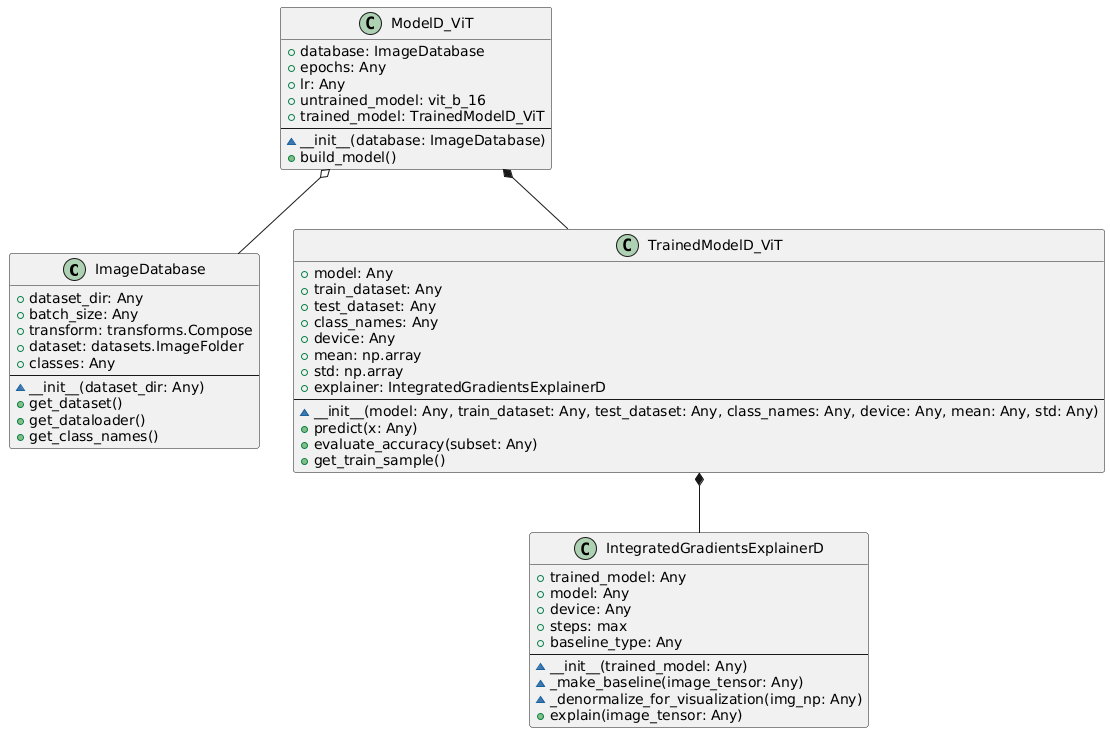
Before: Other examples/Vit + IG/image_ig_UMLOOModeler_diagram.png, a diagram exported from PlantUML (miklotovx/UMLOOModeler).
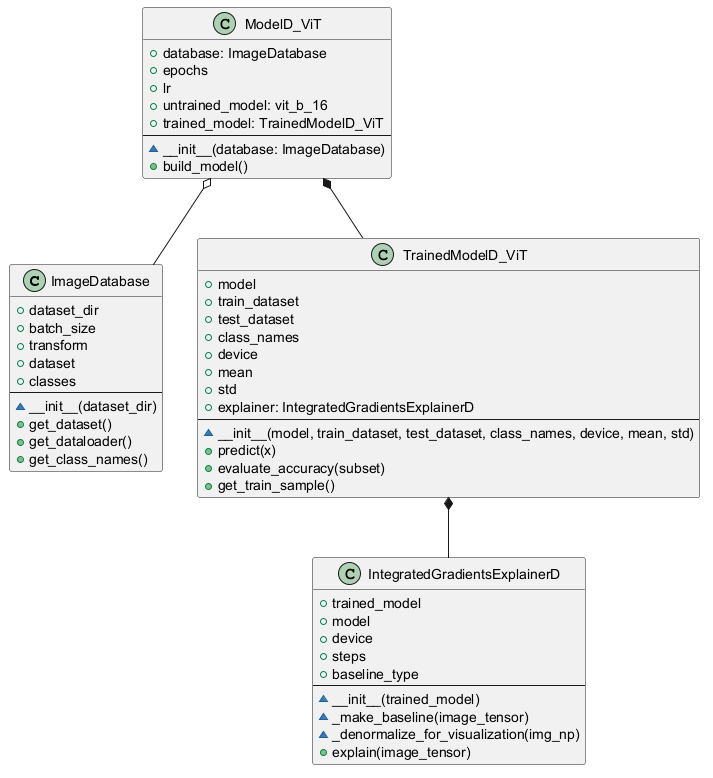
The same file after the commit.

What changed in the source:
```diff
@@ -1,13 +1,13 @@
 @startuml
 
 class "ImageDatabase" {
-  + dataset_dir: Any
-  + batch_size: Any
-  + transform: transforms.Compose
-  + dataset: datasets.ImageFolder
-  + classes: Any
+  + dataset_dir
+  + batch_size
+  + transform
+  + dataset
+  + classes
   --
-  ~ __init__(dataset_dir: Any)
+  ~ __init__(dataset_dir)
   + get_dataset()
   + get_dataloader()
   + get_class_names()
@@ -15,8 +15,8 @@
 
 class "ModelD_ViT" {
   + database: ImageDatabase
-  + epochs: Any
-  + lr: Any
+  + epochs
+  + lr
   + untrained_model: vit_b_16
   + trained_model: TrainedModelD_ViT
   --
@@ -25,32 +25,32 @@
 }
 
 class "TrainedModelD_ViT" {
-  + model: Any
-  + train_dataset: Any
-  + test_dataset: Any
-  + class_names: Any
-  + device: Any
-  + mean: np.array
-  + std: np.array
+  + model
+  + train_dataset
+  + test_dataset
+  + class_names
+  + device
+  + mean
+  + std
   + explainer: IntegratedGradientsExplainerD
   --
-  ~ __init__(model: Any, train_dataset: Any, test_dataset: Any, class_names: Any, device: Any, mean: Any, std: Any)
-  + predict(x: Any)
-  + evaluate_accuracy(subset: Any)
+  ~ __init__(model, train_dataset, test_dataset, class_names, device, mean, std)
+  + predict(x)
+  + evaluate_accuracy(subset)
   + get_train_sample()
 }
 
 class "IntegratedGradientsExplainerD" {
-  + trained_model: Any
-  + model: Any
-  + device: Any
-  + steps: max
-  + baseline_type: Any
+  + trained_model
+  + model
+  + device
+  + steps
+  + baseline_type
   --
-  ~ __init__(trained_model: Any)
-  ~ _make_baseline(image_tensor: Any)
-  ~ _denormalize_for_visualization(img_np: Any)
-  + explain(image_tensor: Any)
+  ~ __init__(trained_model)
+  ~ _make_baseline(image_tensor)
+  ~ _denormalize_for_visualization(img_np)
+  + explain(image_tensor)
 }
 
 ModelD_ViT *-- TrainedModelD_ViT
```
